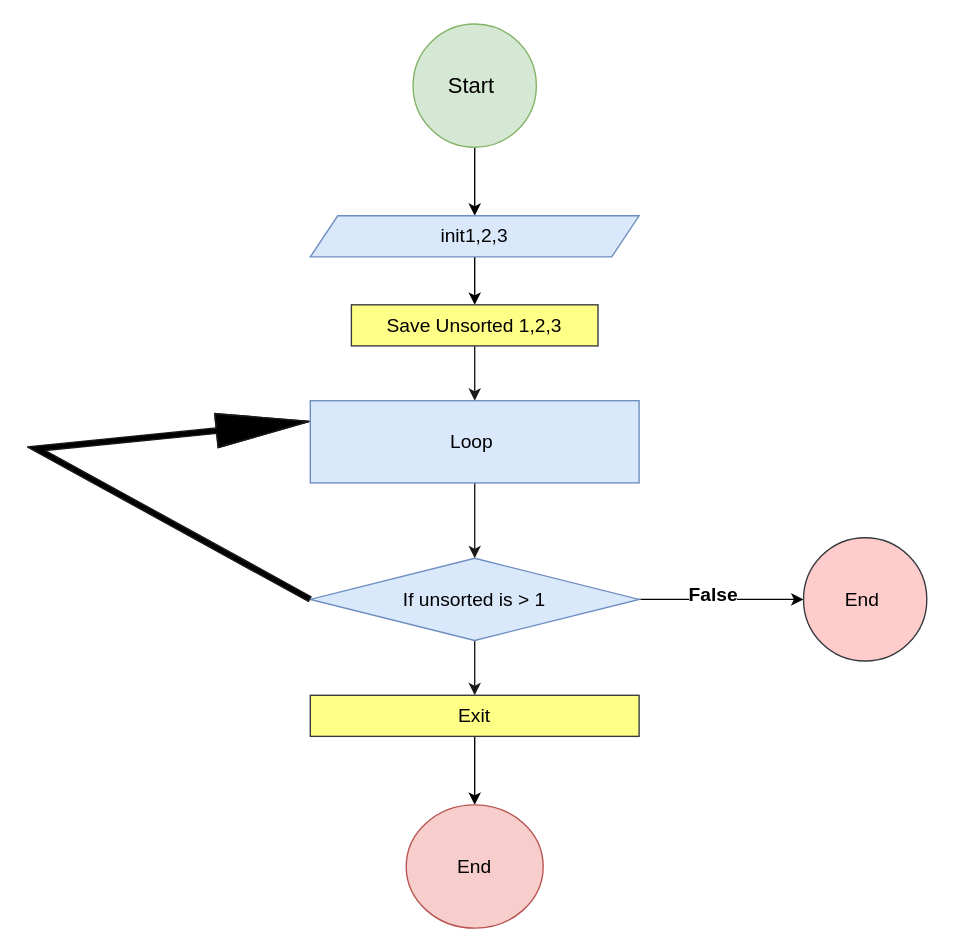
This is AnthonyPesudo2.drawio from AnthonyOkobi/Tonycombo, a draw.io file, before an edit. Source tidied: cells renumbered, new cells numbered last; positions are measured from the earlier drawing's top-left corner, leaving out a move shared by most shapes. Both pictures are drawn from the tidied source at 137%, with x=0, y=0 at pixel (36, 23).
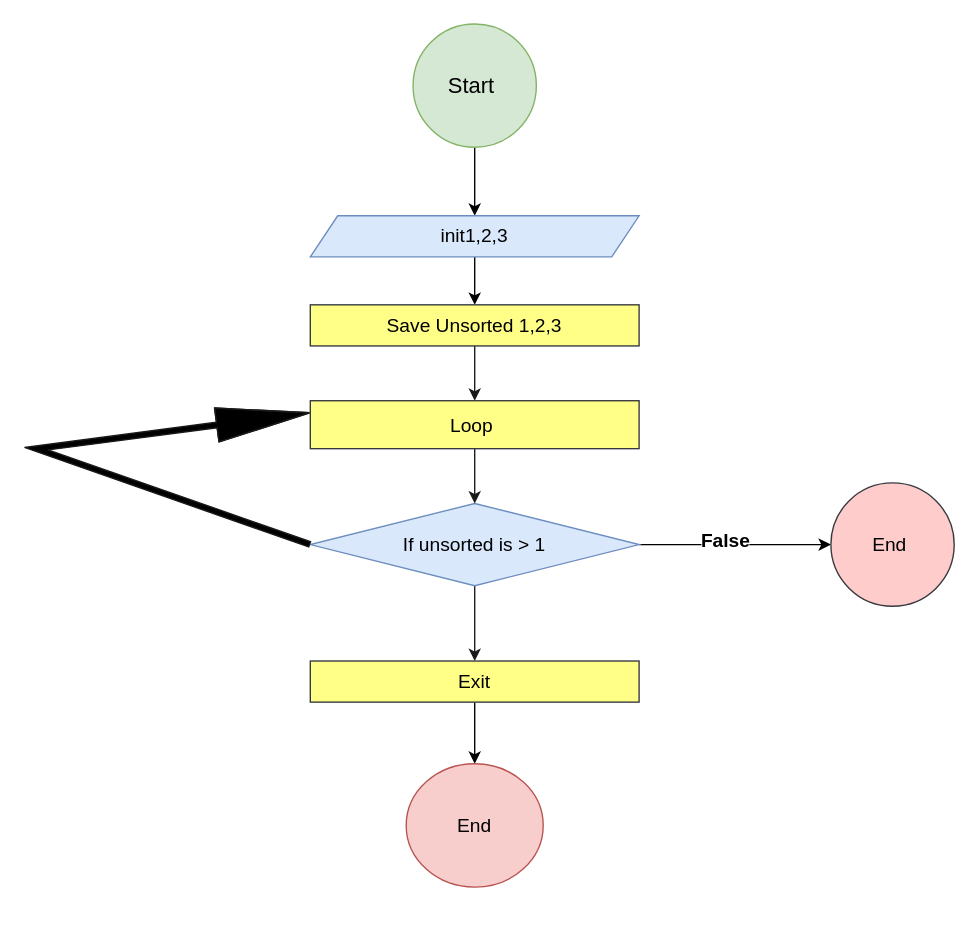
The same diagram, later.

Change to the diagram source:
```diff
@@
     <mxCell id="7" value="Save Unsorted 1,2,3" style="whiteSpace=wrap;html=1;fontSize=14;fillColor=#ffff88;strokeColor=#36393d;" parent="1" vertex="1">
-      <mxGeometry x="230" y="205" width="180" height="30" as="geometry" />
+      <mxGeometry x="200" y="205" width="240" height="30" as="geometry" />
     </mxCell>
@@
     <mxCell id="11" value="If unsorted is &amp;gt; 1" style="rhombus;whiteSpace=wrap;html=1;fontSize=14;fillColor=#dae8fc;strokeColor=#6c8ebf;" parent="1" vertex="1">
-      <mxGeometry x="200" y="390" width="240" height="60" as="geometry" />
+      <mxGeometry x="200" y="350" width="240" height="60" as="geometry" />
     </mxCell>
     <mxCell id="12" value="End&amp;nbsp;" style="ellipse;whiteSpace=wrap;html=1;fontSize=14;fillColor=#ffcccc;strokeColor=#36393d;" parent="1" vertex="1">
-      <mxGeometry x="560" y="375" width="90" height="90" as="geometry" />
+      <mxGeometry x="580" y="335" width="90" height="90" as="geometry" />
     </mxCell>
@@
     <mxCell id="14" value="Exit" style="whiteSpace=wrap;html=1;fontSize=14;fillColor=#ffff88;strokeColor=#36393d;" parent="1" vertex="1">
-      <mxGeometry x="200" y="490" width="240" height="30" as="geometry" />
+      <mxGeometry x="200" y="465" width="240" height="30" as="geometry" />
     </mxCell>
     <mxCell id="15" value="End" style="ellipse;whiteSpace=wrap;html=1;fontSize=14;fillColor=#f8cecc;strokeColor=#b85450;" parent="1" vertex="1">
-      <mxGeometry x="270" y="570" width="100" height="90" as="geometry" />
+      <mxGeometry x="270" y="540" width="100" height="90" as="geometry" />
     </mxCell>
@@
-    <mxCell id="18" value="Loop&amp;nbsp;" style="whiteSpace=wrap;html=1;fontSize=14;fillColor=#dae8fc;strokeColor=#6c8ebf;" parent="1" vertex="1">
-      <mxGeometry x="200" y="275" width="240" height="60" as="geometry" />
+    <mxCell id="18" value="Loop&amp;nbsp;" style="whiteSpace=wrap;html=1;fontSize=14;fillColor=#ffff88;strokeColor=#36393d;" parent="1" vertex="1">
+      <mxGeometry x="200" y="275" width="240" height="35" as="geometry" />
     </mxCell>
```
